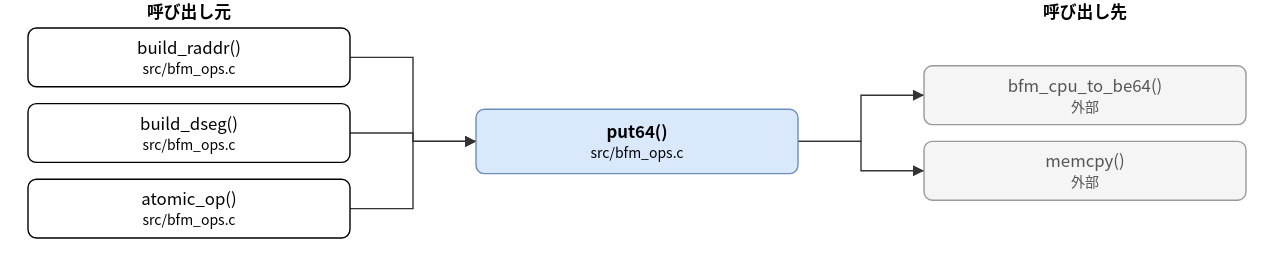
Earlier version of the draw.io export doc/spec/images/call_src_bfm_ops__put64.drawio.svg (hf355051012-ai/bfmem). Source tidied: cells renumbered, new cells last; positions are measured from the earlier drawing's top-left corner, leaving out a move shared by most shapes.
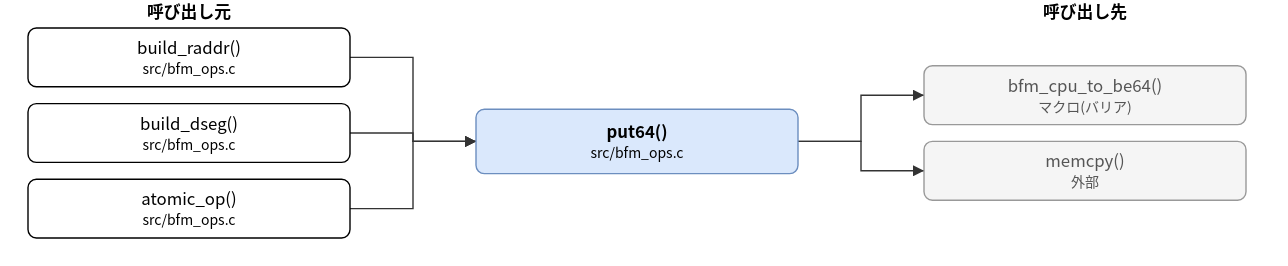
After the change.

What changed in the source:
```diff
@@ -14,7 +14,7 @@
     <mxCell id="5" value="atomic_op()&lt;br&gt;&lt;font style=&quot;font-size:10px&quot;&gt;src/bfm_ops.c&lt;/font&gt;" style="rounded=1;whiteSpace=wrap;html=1;" parent="1" vertex="1">
       <mxGeometry y="128" width="230" height="42" as="geometry" />
     </mxCell>
-    <mxCell id="6" value="bfm_cpu_to_be64()&lt;br&gt;&lt;font style=&quot;font-size:10px&quot;&gt;外部&lt;/font&gt;" style="rounded=1;whiteSpace=wrap;html=1;fillColor=#f5f5f5;strokeColor=#999999;fontColor=#555555;" parent="1" vertex="1">
+    <mxCell id="6" value="bfm_cpu_to_be64()&lt;br&gt;&lt;font style=&quot;font-size:10px&quot;&gt;マクロ(バリア)&lt;/font&gt;" style="rounded=1;whiteSpace=wrap;html=1;fillColor=#f5f5f5;strokeColor=#999999;fontColor=#555555;" parent="1" vertex="1">
       <mxGeometry x="640" y="47" width="230" height="42" as="geometry" />
     </mxCell>
     <mxCell id="7" value="memcpy()&lt;br&gt;&lt;font style=&quot;font-size:10px&quot;&gt;外部&lt;/font&gt;" style="rounded=1;whiteSpace=wrap;html=1;fillColor=#f5f5f5;strokeColor=#999999;fontColor=#555555;" parent="1" vertex="1">
```
